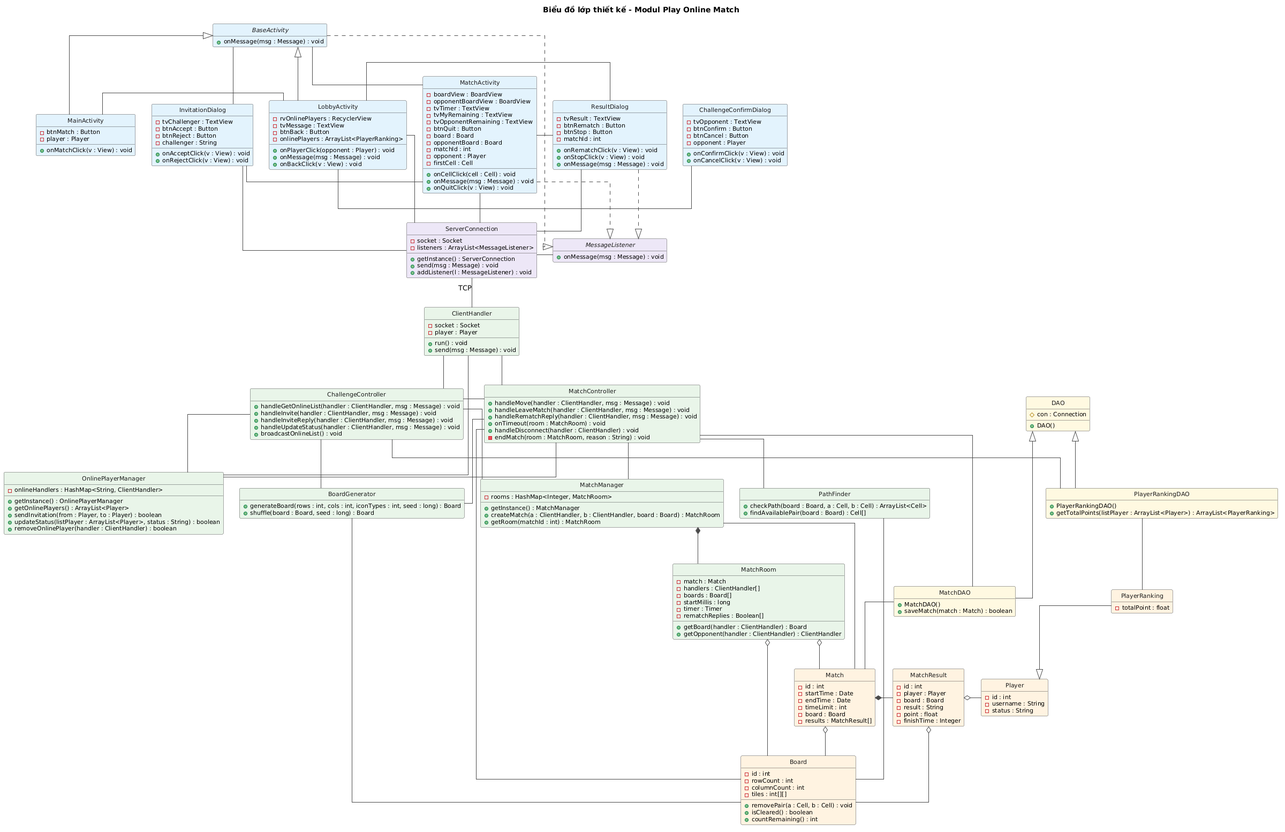
Above: docs/uml/pha3/class-design-m4.png in VattenL/mobile-pikachu (PlantUML), before the change.
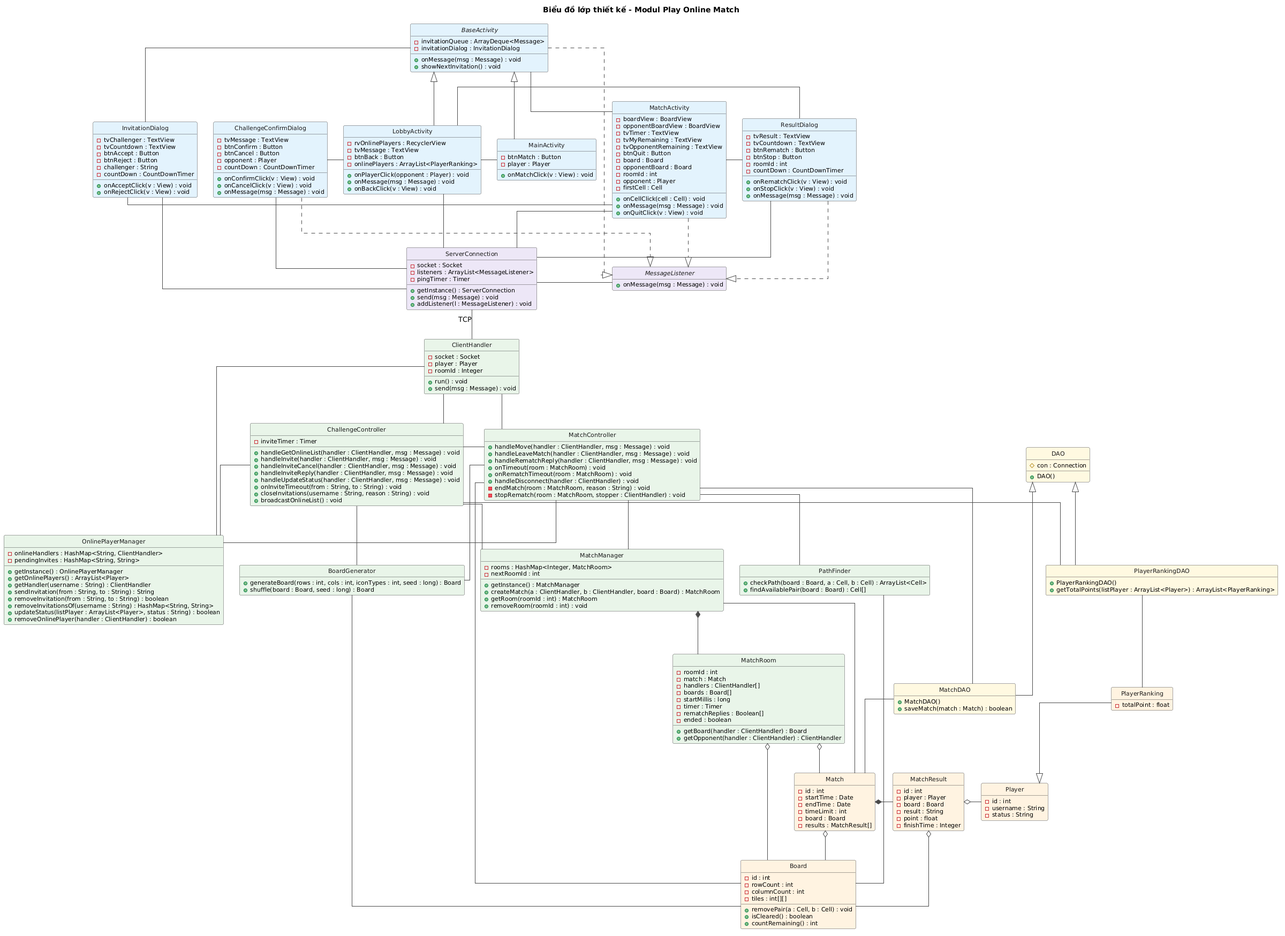
Above is the later version.

Change to the diagram source:
```diff
@@ -16,16 +16,21 @@
 }
 
 class ChallengeConfirmDialog #E3F2FD {
-  - tvOpponent : TextView
+  - tvMessage : TextView
   - btnConfirm : Button
   - btnCancel : Button
   - opponent : Player
+  - countDown : CountDownTimer
   + onConfirmClick(v : View) : void
   + onCancelClick(v : View) : void
+  + onMessage(msg : Message) : void
 }
 
 abstract class BaseActivity #E3F2FD {
+  - invitationQueue : ArrayDeque<Message>
+  - invitationDialog : InvitationDialog
   + onMessage(msg : Message) : void
+  + showNextInvitation() : void
 }
 
 class MainActivity #E3F2FD {
@@ -46,9 +51,11 @@
 
 class InvitationDialog #E3F2FD {
   - tvChallenger : TextView
+  - tvCountdown : TextView
   - btnAccept : Button
   - btnReject : Button
   - challenger : String
+  - countDown : CountDownTimer
   + onAcceptClick(v : View) : void
   + onRejectClick(v : View) : void
 }
@@ -62,7 +69,7 @@
   - btnQuit : Button
   - board : Board
   - opponentBoard : Board
-  - matchId : int
+  - roomId : int
   - opponent : Player
   - firstCell : Cell
   + onCellClick(cell : Cell) : void
@@ -72,9 +79,11 @@
 
 class ResultDialog #E3F2FD {
   - tvResult : TextView
+  - tvCountdown : TextView
   - btnRematch : Button
   - btnStop : Button
-  - matchId : int
+  - roomId : int
+  - countDown : CountDownTimer
   + onRematchClick(v : View) : void
   + onStopClick(v : View) : void
   + onMessage(msg : Message) : void
@@ -83,6 +92,7 @@
 class ServerConnection #EDE7F6 {
   - socket : Socket
   - listeners : ArrayList<MessageListener>
+  - pingTimer : Timer
   + getInstance() : ServerConnection
   + send(msg : Message) : void
   + addListener(l : MessageListener) : void
@@ -95,15 +105,20 @@
 class ClientHandler #E8F5E9 {
   - socket : Socket
   - player : Player
+  - roomId : Integer
   + run() : void
   + send(msg : Message) : void
 }
 
 class ChallengeController #E8F5E9 {
+  - inviteTimer : Timer
   + handleGetOnlineList(handler : ClientHandler, msg : Message) : void
   + handleInvite(handler : ClientHandler, msg : Message) : void
+  + handleInviteCancel(handler : ClientHandler, msg : Message) : void
   + handleInviteReply(handler : ClientHandler, msg : Message) : void
   + handleUpdateStatus(handler : ClientHandler, msg : Message) : void
+  + onInviteTimeout(from : String, to : String) : void
+  + closeInvitations(username : String, reason : String) : void
   + broadcastOnlineList() : void
 }
 
@@ -112,33 +127,43 @@
   + handleLeaveMatch(handler : ClientHandler, msg : Message) : void
   + handleRematchReply(handler : ClientHandler, msg : Message) : void
   + onTimeout(room : MatchRoom) : void
+  + onRematchTimeout(room : MatchRoom) : void
   + handleDisconnect(handler : ClientHandler) : void
   - endMatch(room : MatchRoom, reason : String) : void
+  - stopRematch(room : MatchRoom, stopper : ClientHandler) : void
 }
 
 class OnlinePlayerManager #E8F5E9 {
   - onlineHandlers : HashMap<String, ClientHandler>
+  - pendingInvites : HashMap<String, String>
   + getInstance() : OnlinePlayerManager
   + getOnlinePlayers() : ArrayList<Player>
-  + sendInvitation(from : Player, to : Player) : boolean
+  + getHandler(username : String) : ClientHandler
+  + sendInvitation(from : String, to : String) : String
+  + removeInvitation(from : String, to : String) : boolean
+  + removeInvitationsOf(username : String) : HashMap<String, String>
   + updateStatus(listPlayer : ArrayList<Player>, status : String) : boolean
   + removeOnlinePlayer(handler : ClientHandler) : boolean
 }
 
 class MatchManager #E8F5E9 {
   - rooms : HashMap<Integer, MatchRoom>
+  - nextRoomId : int
   + getInstance() : MatchManager
   + createMatch(a : ClientHandler, b : ClientHandler, board : Board) : MatchRoom
-  + getRoom(matchId : int) : MatchRoom
+  + getRoom(roomId : int) : MatchRoom
+  + removeRoom(roomId : int) : void
 }
 
 class MatchRoom #E8F5E9 {
+  - roomId : int
   - match : Match
   - handlers : ClientHandler[]
   - boards : Board[]
   - startMillis : long
   - timer : Timer
   - rematchReplies : Boolean[]
+  - ended : boolean
   + getBoard(handler : ClientHandler) : Board
   + getOpponent(handler : ClientHandler) : ClientHandler
 }
@@ -217,9 +242,11 @@
 BaseActivity ..|> MessageListener
 MatchActivity ..|> MessageListener
 ResultDialog ..|> MessageListener
+ChallengeConfirmDialog ..|> MessageListener
 BaseActivity -[norank]- MatchActivity
 
 LobbyActivity -down- ServerConnection
+ChallengeConfirmDialog -down- ServerConnection
 InvitationDialog -down- ServerConnection
 MatchActivity -down- ServerConnection
 ResultDialog -down- ServerConnection
```
